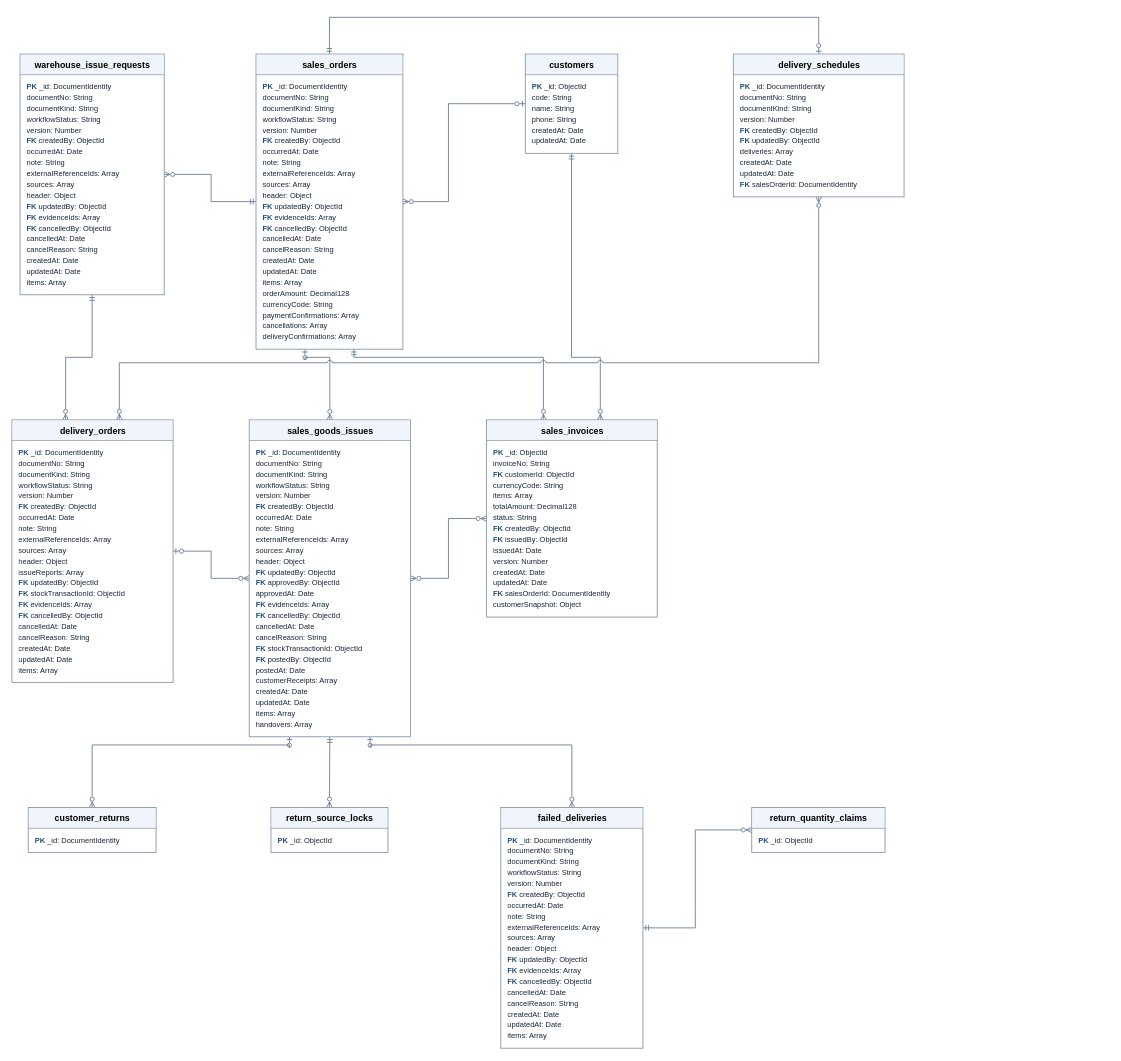
Above: page "Bán hàng và xuất kho" (9 of 11) of git_doc/docs/03_thiet_ke/DB_Current_2026-11-12_58/WMSD_DB_Design_Overview.drawio in bupbalabup/wmsd_be (draw.io), before the change. Source tidied: cells renumbered, new cells numbered last; positions are measured from the earlier drawing's top-left corner, leaving out a move shared by most shapes. Both pictures are drawn from the tidied source at 68%, with x=0, y=0 at pixel (12, 17).
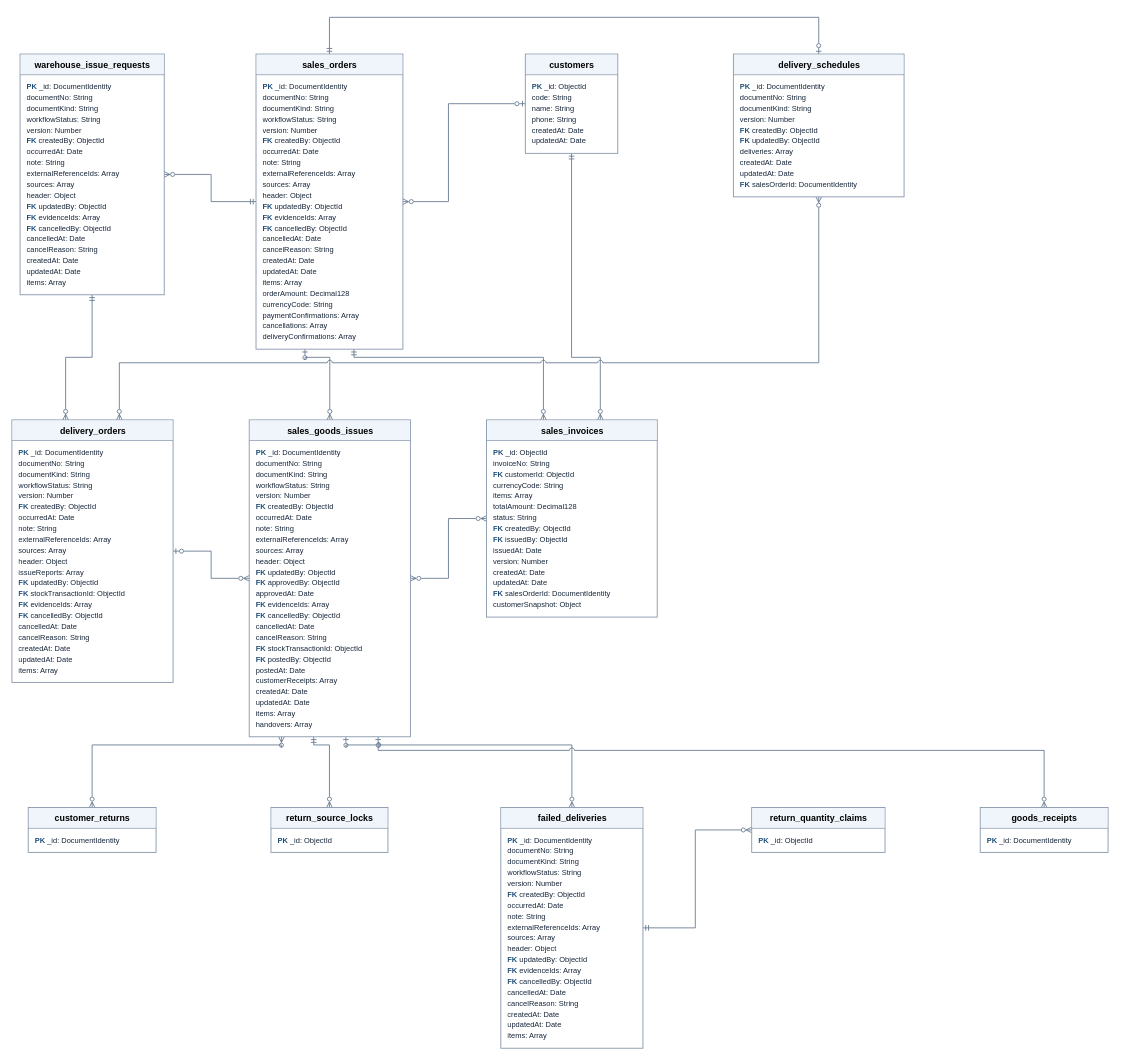
Above is the later version.

The change refers to these unchanged cells:
```xml
<mxCell id="36" style="rounded=0;fillColor=#FFFFFF;strokeColor=#8091A7;strokeWidth=1.25;fontFamily=Helvetica;" parent="1" vertex="1">
  <mxGeometry x="349" y="592" width="237" height="466" as="geometry" />
</mxCell>
<mxCell id="44" style="rounded=0;fillColor=#FFFFFF;strokeColor=#8091A7;strokeWidth=1.25;fontFamily=Helvetica;" parent="1" vertex="1">
  <mxGeometry x="24" y="1162" width="188" height="66" as="geometry" />
</mxCell>
<mxCell id="48" style="rounded=0;fillColor=#FFFFFF;strokeColor=#8091A7;strokeWidth=1.25;fontFamily=Helvetica;" parent="1" vertex="1">
  <mxGeometry x="381" y="1162" width="172" height="66" as="geometry" />
</mxCell>
<mxCell id="52" style="rounded=0;fillColor=#FFFFFF;strokeColor=#8091A7;strokeWidth=1.25;fontFamily=Helvetica;" parent="1" vertex="1">
  <mxGeometry x="719" y="1162" width="209" height="354" as="geometry" />
</mxCell>
```

The edit, as a diff of the source:
```diff
@@
-    <mxCell id="3" style="noEdgeStyle=1;rounded=0;html=1;jumpStyle=arc;jumpSize=7;strokeColor=#62778E;strokeWidth=1.25;startArrow=ERzeroToOne;endArrow=ERzeroToMany;startFill=0;endFill=0;exitX=0.75;exitY=1;entryX=0.5;entryY=0;exitPerimeter=0;entryPerimeter=0;fontFamily=Helvetica;" parent="1" edge="1" source="36" target="52">
+    <mxCell id="3" style="noEdgeStyle=1;rounded=0;html=1;jumpStyle=arc;jumpSize=7;strokeColor=#62778E;strokeWidth=1.25;startArrow=ERzeroToOne;endArrow=ERzeroToMany;startFill=0;endFill=0;exitX=0.6;exitY=1;entryX=0.5;entryY=0;exitPerimeter=0;entryPerimeter=0;fontFamily=Helvetica;" parent="1" edge="1" source="36" target="52">
       <mxGeometry relative="1" as="geometry">
         <Array as="points">
-          <mxPoint x="526.8" y="1070" />
+          <mxPoint x="491.2" y="1070" />
           <mxPoint x="823.5" y="1070" />
         </Array>
       </mxGeometry>
     </mxCell>
+    <mxCell id="60" style="noEdgeStyle=1;rounded=0;html=1;jumpStyle=arc;jumpSize=7;strokeColor=#62778E;strokeWidth=1.25;startArrow=ERzeroToOne;endArrow=ERzeroToMany;startFill=0;endFill=0;exitX=0.8;exitY=1;entryX=0.5;entryY=0;exitPerimeter=0;entryPerimeter=0;fontFamily=Helvetica;" parent="1" edge="1" source="36" target="61">
+      <mxGeometry relative="1" as="geometry">
+        <Array as="points">
+          <mxPoint x="538.6" y="1078" />
+          <mxPoint x="1518" y="1078" />
+        </Array>
+      </mxGeometry>
+    </mxCell>
@@
-    <mxCell id="11" style="noEdgeStyle=1;rounded=0;html=1;jumpStyle=arc;jumpSize=7;strokeColor=#62778E;strokeWidth=1.25;startArrow=ERzeroToOne;endArrow=ERzeroToMany;startFill=0;endFill=0;exitX=0.25;exitY=1;entryX=0.5;entryY=0;exitPerimeter=0;entryPerimeter=0;fontFamily=Helvetica;" parent="1" edge="1" source="36" target="44">
+    <mxCell id="11" style="noEdgeStyle=1;rounded=0;html=1;jumpStyle=arc;jumpSize=7;strokeColor=#62778E;strokeWidth=1.25;startArrow=ERzeroToMany;endArrow=ERzeroToMany;startFill=0;endFill=0;exitX=0.2;exitY=1;entryX=0.5;entryY=0;exitPerimeter=0;entryPerimeter=0;fontFamily=Helvetica;" parent="1" edge="1" source="36" target="44">
       <mxGeometry relative="1" as="geometry">
         <Array as="points">
-          <mxPoint x="408.2" y="1070" />
+          <mxPoint x="396.4" y="1070" />
           <mxPoint x="118" y="1070" />
         </Array>
       </mxGeometry>
     </mxCell>
@@
-    <mxCell id="13" style="noEdgeStyle=1;rounded=0;html=1;jumpStyle=arc;jumpSize=7;strokeColor=#62778E;strokeWidth=1.25;startArrow=ERmandOne;endArrow=ERzeroToMany;startFill=0;endFill=0;exitX=0.5;exitY=1;entryX=0.5;entryY=0;exitPerimeter=0;entryPerimeter=0;fontFamily=Helvetica;" parent="1" edge="1" source="36" target="48">
+    <mxCell id="13" style="noEdgeStyle=1;rounded=0;html=1;jumpStyle=arc;jumpSize=7;strokeColor=#62778E;strokeWidth=1.25;startArrow=ERmandOne;endArrow=ERzeroToMany;startFill=0;endFill=0;exitX=0.4;exitY=1;entryX=0.5;entryY=0;exitPerimeter=0;entryPerimeter=0;fontFamily=Helvetica;" parent="1" edge="1" source="36" target="48">
       <mxGeometry relative="1" as="geometry">
         <Array as="points">
-          <mxPoint x="467.5" y="1070" />
+          <mxPoint x="443.8" y="1070" />
           <mxPoint x="467" y="1070" />
         </Array>
       </mxGeometry>
     </mxCell>
@@
+    <mxCell id="61" style="rounded=0;fillColor=#FFFFFF;strokeColor=#8091A7;strokeWidth=1.25;fontFamily=Helvetica;" parent="1" vertex="1">
+      <mxGeometry x="1424" y="1162" width="188" height="66" as="geometry" />
+    </mxCell>
+    <mxCell id="62" value="goods_receipts" style="html=1;align=center;verticalAlign=middle;fillColor=#EFF5FA;strokeColor=none;fontFamily=Helvetica;fontSize=13;fontStyle=1;spacing=0;" parent="61" vertex="1">
+      <mxGeometry x="1" y="1" width="186" height="29" as="geometry" />
+    </mxCell>
+    <mxCell id="63" style="fillColor=#8091A7;strokeColor=none;fontFamily=Helvetica;" parent="61" vertex="1">
+      <mxGeometry y="30" width="188" height="1" as="geometry" />
+    </mxCell>
+    <mxCell id="64" value="&lt;div style=&quot;height:16px;line-height:16px;white-space:nowrap;&quot;&gt;&lt;b style=&quot;color:#1F4E79&quot;&gt;PK&lt;/b&gt; _id: DocumentIdentity&lt;/div&gt;" style="text;html=1;align=left;verticalAlign=top;overflow=fill;whiteSpace=nowrap;fontFamily=Helvetica;fontSize=11;fontColor=#17263A;spacing=0;" parent="61" vertex="1">
+      <mxGeometry x="10" y="40" width="168" height="16" as="geometry" />
+    </mxCell>
```
